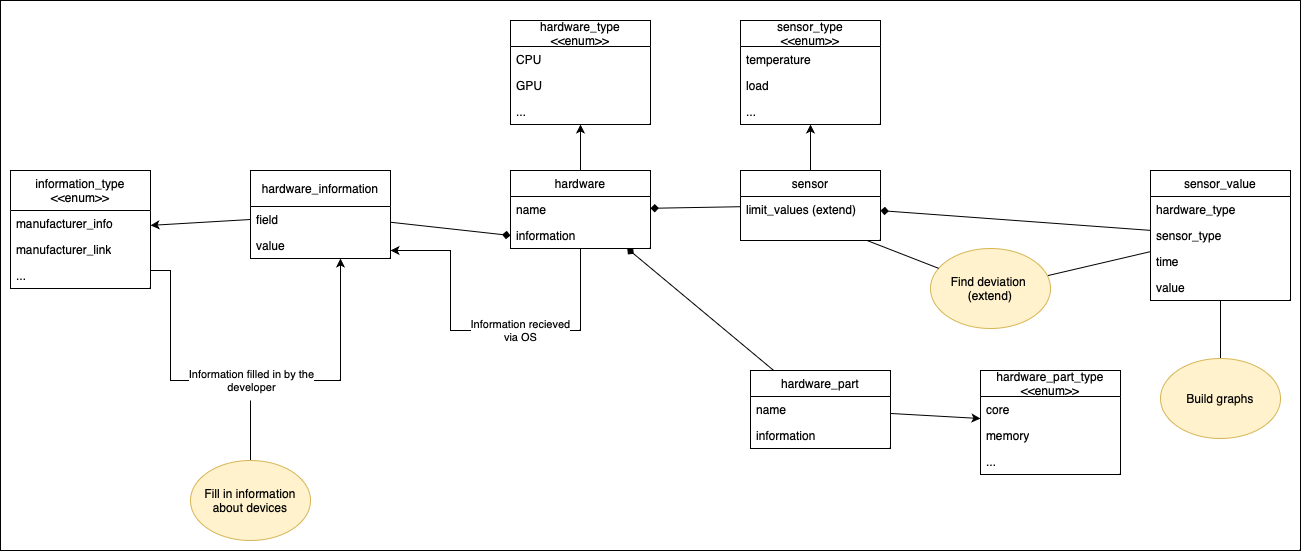
This is Диаграмма классов v2 0.png from Alekcey264/DiplomaVerevkin, a draw.io export, as it was before one commit. Source tidied: cells renumbered, new cells last; positions are measured from the earlier drawing's top-left corner, leaving out a move shared by most shapes. Source of this version:
```xml
<mxGraphModel>
  <root>
    <mxCell id="0" />
    <mxCell id="1" parent="0" />
    <mxCell id="2" style="rounded=0;whiteSpace=wrap;html=1;" parent="1" vertex="1">
      <mxGeometry width="1300" height="550" as="geometry" />
    </mxCell>
    <mxCell id="3" style="edgeStyle=orthogonalEdgeStyle;rounded=0;jettySize=auto;html=1;endArrow=classic;endFill=1;" parent="1" edge="1" source="5" target="18">
      <mxGeometry relative="1" as="geometry" />
    </mxCell>
    <mxCell id="4" style="rounded=0;jettySize=auto;html=1;startArrow=diamond;startFill=1;endArrow=none;endFill=0;" parent="1" edge="1" source="5" target="31">
      <mxGeometry relative="1" as="geometry" />
    </mxCell>
    <mxCell id="5" value="hardware" style="swimlane;fontStyle=0;horizontal=1;startSize=26;fillColor=none;whiteSpace=wrap;html=1;" parent="1" vertex="1">
      <mxGeometry x="510" y="170" width="140" height="78" as="geometry" />
    </mxCell>
    <mxCell id="6" value="name" style="text;strokeColor=none;fillColor=none;align=left;verticalAlign=top;spacingLeft=4;spacingRight=4;overflow=hidden;points=[[0,0.5],[1,0.5]];portConstraint=eastwest;whiteSpace=wrap;html=1;" parent="5" vertex="1">
      <mxGeometry y="26" width="140" height="26" as="geometry" />
    </mxCell>
    <mxCell id="7" value="information" style="text;strokeColor=none;fillColor=none;align=left;verticalAlign=top;spacingLeft=4;spacingRight=4;overflow=hidden;points=[[0,0.5],[1,0.5]];portConstraint=eastwest;whiteSpace=wrap;html=1;" parent="5" vertex="1">
      <mxGeometry y="52" width="140" height="26" as="geometry" />
    </mxCell>
    <mxCell id="8" value="hardware_information" style="swimlane;fontStyle=0;horizontal=1;startSize=36;fillColor=none;whiteSpace=wrap;html=1;" parent="1" vertex="1">
      <mxGeometry x="250" y="170" width="140" height="88" as="geometry" />
    </mxCell>
    <mxCell id="9" value="field" style="text;strokeColor=none;fillColor=none;align=left;verticalAlign=top;spacingLeft=4;spacingRight=4;overflow=hidden;points=[[0,0.5],[1,0.5]];portConstraint=eastwest;whiteSpace=wrap;html=1;" parent="8" vertex="1">
      <mxGeometry y="36" width="140" height="26" as="geometry" />
    </mxCell>
    <mxCell id="10" value="value" style="text;strokeColor=none;fillColor=none;align=left;verticalAlign=top;spacingLeft=4;spacingRight=4;overflow=hidden;whiteSpace=wrap;html=1;" parent="8" vertex="1">
      <mxGeometry y="62" width="140" height="26" as="geometry" />
    </mxCell>
    <mxCell id="11" style="rounded=0;jettySize=auto;html=1;exitX=0;exitY=0.5;exitDx=0;exitDy=0;startArrow=diamond;startFill=1;endArrow=none;endFill=0;" parent="1" edge="1" source="7" target="8">
      <mxGeometry relative="1" as="geometry" />
    </mxCell>
    <mxCell id="12" value="Information filled in by the&lt;br&gt;developer" style="edgeStyle=orthogonalEdgeStyle;rounded=0;jettySize=auto;html=1;" parent="1" edge="1" source="13" target="8">
      <mxGeometry relative="1" as="geometry">
        <Array as="points">
          <mxPoint x="170" y="270" />
          <mxPoint x="170" y="380" />
          <mxPoint x="340" y="380" />
        </Array>
      </mxGeometry>
    </mxCell>
    <mxCell id="13" value="information_type&lt;br&gt;&amp;lt;&amp;lt;enum&amp;gt;&amp;gt;" style="swimlane;fontStyle=0;horizontal=1;startSize=40;fillColor=none;whiteSpace=wrap;html=1;" parent="1" vertex="1">
      <mxGeometry x="10" y="170" width="140" height="118" as="geometry" />
    </mxCell>
    <mxCell id="14" value="manufacturer_info" style="text;strokeColor=none;fillColor=none;align=left;verticalAlign=top;spacingLeft=4;spacingRight=4;overflow=hidden;whiteSpace=wrap;html=1;" parent="13" vertex="1">
      <mxGeometry y="40" width="140" height="26" as="geometry" />
    </mxCell>
    <mxCell id="15" value="manufacturer_link" style="text;strokeColor=none;fillColor=none;align=left;verticalAlign=top;spacingLeft=4;spacingRight=4;overflow=hidden;whiteSpace=wrap;html=1;" parent="13" vertex="1">
      <mxGeometry y="66" width="140" height="26" as="geometry" />
    </mxCell>
    <mxCell id="16" value="...&lt;br&gt;" style="text;strokeColor=none;fillColor=none;align=left;verticalAlign=top;spacingLeft=4;spacingRight=4;overflow=hidden;whiteSpace=wrap;html=1;" parent="13" vertex="1">
      <mxGeometry y="92" width="140" height="26" as="geometry" />
    </mxCell>
    <mxCell id="17" style="rounded=0;jettySize=auto;html=1;exitX=0;exitY=0.5;exitDx=0;exitDy=0;endArrow=classic;endFill=1;" parent="1" edge="1" source="9" target="13">
      <mxGeometry relative="1" as="geometry" />
    </mxCell>
    <mxCell id="18" value="hardware_type&lt;br&gt;&amp;lt;&amp;lt;enum&amp;gt;&amp;gt;" style="swimlane;fontStyle=0;horizontal=1;startSize=26;fillColor=none;whiteSpace=wrap;html=1;" parent="1" vertex="1">
      <mxGeometry x="510" y="20" width="140" height="104" as="geometry" />
    </mxCell>
    <mxCell id="19" value="CPU" style="text;strokeColor=none;fillColor=none;align=left;verticalAlign=top;spacingLeft=4;spacingRight=4;overflow=hidden;whiteSpace=wrap;html=1;" parent="18" vertex="1">
      <mxGeometry y="26" width="140" height="26" as="geometry" />
    </mxCell>
    <mxCell id="20" value="GPU" style="text;strokeColor=none;fillColor=none;align=left;verticalAlign=top;spacingLeft=4;spacingRight=4;overflow=hidden;whiteSpace=wrap;html=1;" parent="18" vertex="1">
      <mxGeometry y="52" width="140" height="26" as="geometry" />
    </mxCell>
    <mxCell id="21" value="..." style="text;strokeColor=none;fillColor=none;align=left;verticalAlign=top;spacingLeft=4;spacingRight=4;overflow=hidden;whiteSpace=wrap;html=1;" parent="18" vertex="1">
      <mxGeometry y="78" width="140" height="26" as="geometry" />
    </mxCell>
    <mxCell id="22" style="edgeStyle=orthogonalEdgeStyle;rounded=0;jettySize=auto;html=1;endArrow=classic;endFill=1;" parent="1" edge="1" source="24" target="27">
      <mxGeometry relative="1" as="geometry" />
    </mxCell>
    <mxCell id="23" style="rounded=0;jettySize=auto;html=1;startArrow=diamond;startFill=1;endArrow=none;endFill=0;" parent="1" edge="1" source="24" target="39">
      <mxGeometry relative="1" as="geometry" />
    </mxCell>
    <mxCell id="24" value="sensor" style="swimlane;fontStyle=0;horizontal=1;startSize=26;fillColor=none;whiteSpace=wrap;html=1;" parent="1" vertex="1">
      <mxGeometry x="740" y="170" width="140" height="70" as="geometry" />
    </mxCell>
    <mxCell id="25" value="limit_values (extend)" style="text;strokeColor=none;fillColor=none;align=left;verticalAlign=top;spacingLeft=4;spacingRight=4;overflow=hidden;points=[[0,0.5],[1,0.5]];portConstraint=eastwest;whiteSpace=wrap;html=1;" parent="24" vertex="1">
      <mxGeometry y="26" width="140" height="44" as="geometry" />
    </mxCell>
    <mxCell id="26" style="rounded=0;jettySize=auto;html=1;startArrow=diamond;startFill=1;endArrow=none;endFill=0;" parent="1" edge="1" source="6" target="24">
      <mxGeometry relative="1" as="geometry" />
    </mxCell>
    <mxCell id="27" value="sensor_type&lt;br&gt;&amp;lt;&amp;lt;enum&amp;gt;&amp;gt;" style="swimlane;fontStyle=0;horizontal=1;startSize=26;fillColor=none;whiteSpace=wrap;html=1;" parent="1" vertex="1">
      <mxGeometry x="740" y="20" width="140" height="104" as="geometry" />
    </mxCell>
    <mxCell id="28" value="temperature" style="text;strokeColor=none;fillColor=none;align=left;verticalAlign=top;spacingLeft=4;spacingRight=4;overflow=hidden;whiteSpace=wrap;html=1;" parent="27" vertex="1">
      <mxGeometry y="26" width="140" height="26" as="geometry" />
    </mxCell>
    <mxCell id="29" value="load" style="text;strokeColor=none;fillColor=none;align=left;verticalAlign=top;spacingLeft=4;spacingRight=4;overflow=hidden;whiteSpace=wrap;html=1;" parent="27" vertex="1">
      <mxGeometry y="52" width="140" height="26" as="geometry" />
    </mxCell>
    <mxCell id="30" value="..." style="text;strokeColor=none;fillColor=none;align=left;verticalAlign=top;spacingLeft=4;spacingRight=4;overflow=hidden;whiteSpace=wrap;html=1;" parent="27" vertex="1">
      <mxGeometry y="78" width="140" height="26" as="geometry" />
    </mxCell>
    <mxCell id="31" value="hardware_part" style="swimlane;fontStyle=0;horizontal=1;startSize=26;fillColor=none;whiteSpace=wrap;html=1;" parent="1" vertex="1">
      <mxGeometry x="750" y="370" width="140" height="78" as="geometry" />
    </mxCell>
    <mxCell id="32" value="name" style="text;strokeColor=none;fillColor=none;align=left;verticalAlign=top;spacingLeft=4;spacingRight=4;overflow=hidden;points=[[0,0.5],[1,0.5]];portConstraint=eastwest;whiteSpace=wrap;html=1;" parent="31" vertex="1">
      <mxGeometry y="26" width="140" height="26" as="geometry" />
    </mxCell>
    <mxCell id="33" value="information" style="text;strokeColor=none;fillColor=none;align=left;verticalAlign=top;spacingLeft=4;spacingRight=4;overflow=hidden;whiteSpace=wrap;html=1;" parent="31" vertex="1">
      <mxGeometry y="52" width="140" height="26" as="geometry" />
    </mxCell>
    <mxCell id="34" value="hardware_part_type&lt;br&gt;&amp;lt;&amp;lt;enum&amp;gt;&amp;gt;" style="swimlane;fontStyle=0;horizontal=1;startSize=26;fillColor=none;whiteSpace=wrap;html=1;" parent="1" vertex="1">
      <mxGeometry x="980" y="370" width="140" height="104" as="geometry" />
    </mxCell>
    <mxCell id="35" value="core" style="text;strokeColor=none;fillColor=none;align=left;verticalAlign=top;spacingLeft=4;spacingRight=4;overflow=hidden;whiteSpace=wrap;html=1;" parent="34" vertex="1">
      <mxGeometry y="26" width="140" height="26" as="geometry" />
    </mxCell>
    <mxCell id="36" value="memory" style="text;strokeColor=none;fillColor=none;align=left;verticalAlign=top;spacingLeft=4;spacingRight=4;overflow=hidden;whiteSpace=wrap;html=1;" parent="34" vertex="1">
      <mxGeometry y="52" width="140" height="26" as="geometry" />
    </mxCell>
    <mxCell id="37" value="..." style="text;strokeColor=none;fillColor=none;align=left;verticalAlign=top;spacingLeft=4;spacingRight=4;overflow=hidden;whiteSpace=wrap;html=1;" parent="34" vertex="1">
      <mxGeometry y="78" width="140" height="26" as="geometry" />
    </mxCell>
    <mxCell id="38" style="rounded=0;jettySize=auto;html=1;endArrow=classic;endFill=1;" parent="1" edge="1" source="32" target="34">
      <mxGeometry relative="1" as="geometry" />
    </mxCell>
    <mxCell id="39" value="sensor_value" style="swimlane;fontStyle=0;horizontal=1;startSize=26;fillColor=none;whiteSpace=wrap;html=1;" parent="1" vertex="1">
      <mxGeometry x="1150" y="170" width="140" height="130" as="geometry" />
    </mxCell>
    <mxCell id="40" value="hardware_type" style="text;strokeColor=none;fillColor=none;align=left;verticalAlign=top;spacingLeft=4;spacingRight=4;overflow=hidden;whiteSpace=wrap;html=1;" parent="39" vertex="1">
      <mxGeometry y="26" width="140" height="26" as="geometry" />
    </mxCell>
    <mxCell id="41" value="sensor_type" style="text;strokeColor=none;fillColor=none;align=left;verticalAlign=top;spacingLeft=4;spacingRight=4;overflow=hidden;whiteSpace=wrap;html=1;" parent="39" vertex="1">
      <mxGeometry y="52" width="140" height="26" as="geometry" />
    </mxCell>
    <mxCell id="42" value="time" style="text;strokeColor=none;fillColor=none;align=left;verticalAlign=top;spacingLeft=4;spacingRight=4;overflow=hidden;whiteSpace=wrap;html=1;" parent="39" vertex="1">
      <mxGeometry y="78" width="140" height="26" as="geometry" />
    </mxCell>
    <mxCell id="43" value="value" style="text;strokeColor=none;fillColor=none;align=left;verticalAlign=top;spacingLeft=4;spacingRight=4;overflow=hidden;whiteSpace=wrap;html=1;" parent="39" vertex="1">
      <mxGeometry y="104" width="140" height="26" as="geometry" />
    </mxCell>
    <mxCell id="44" style="edgeStyle=orthogonalEdgeStyle;rounded=0;jettySize=auto;html=1;endArrow=none;endFill=0;" parent="1" edge="1" source="45" target="39">
      <mxGeometry relative="1" as="geometry" />
    </mxCell>
    <mxCell id="45" value="Build graphs" style="ellipse;whiteSpace=wrap;html=1;fillColor=#fff2cc;strokeColor=#d6b656;" parent="1" vertex="1">
      <mxGeometry x="1160" y="358" width="120" height="80" as="geometry" />
    </mxCell>
    <mxCell id="46" style="rounded=0;jettySize=auto;html=1;endArrow=none;endFill=0;" parent="1" edge="1" source="47" target="39">
      <mxGeometry relative="1" as="geometry" />
    </mxCell>
    <mxCell id="47" value="Find&amp;nbsp;deviation&amp;nbsp;&lt;br&gt;(extend)" style="ellipse;whiteSpace=wrap;html=1;fillColor=#fff2cc;strokeColor=#d6b656;" parent="1" vertex="1">
      <mxGeometry x="930" y="248" width="120" height="80" as="geometry" />
    </mxCell>
    <mxCell id="48" style="rounded=0;jettySize=auto;html=1;endArrow=none;endFill=0;" parent="1" edge="1" source="25" target="47">
      <mxGeometry relative="1" as="geometry" />
    </mxCell>
    <mxCell id="49" value="Information recieved&lt;br&gt;via OS" style="edgeStyle=orthogonalEdgeStyle;rounded=0;jettySize=auto;html=1;" parent="1" edge="1" source="7" target="8">
      <mxGeometry x="-0.19" relative="1" as="geometry">
        <Array as="points">
          <mxPoint x="580" y="330" />
          <mxPoint x="450" y="330" />
          <mxPoint x="450" y="250" />
        </Array>
      </mxGeometry>
    </mxCell>
    <mxCell id="50" style="rounded=0;jettySize=auto;html=1;endArrow=none;endFill=0;" parent="1" edge="1" source="51">
      <mxGeometry relative="1" as="geometry">
        <mxPoint x="250" y="400" as="targetPoint" />
      </mxGeometry>
    </mxCell>
    <mxCell id="51" value="Fill in information about devices" style="ellipse;whiteSpace=wrap;html=1;fillColor=#fff2cc;strokeColor=#d6b656;" parent="1" vertex="1">
      <mxGeometry x="190" y="460" width="120" height="80" as="geometry" />
    </mxCell>
  </root>
</mxGraphModel>
```
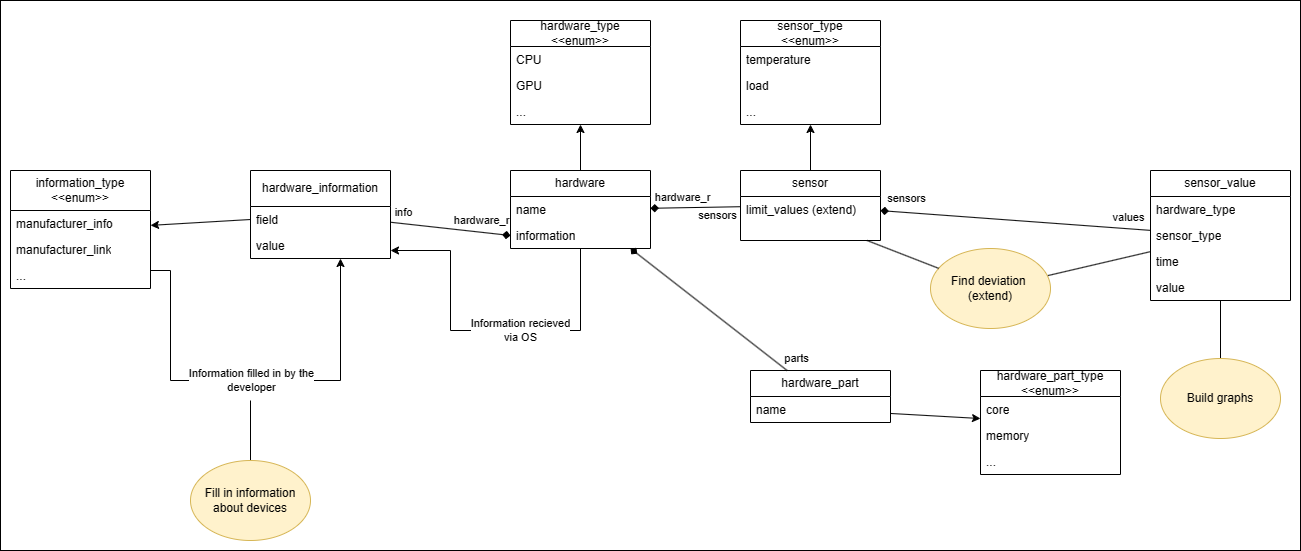
The same diagram one commit later.

What changed in the source:
```diff
@@ -11,6 +11,11 @@
     <mxCell id="4" style="rounded=0;jettySize=auto;html=1;startArrow=diamond;startFill=1;endArrow=none;endFill=0;" parent="1" edge="1" source="5" target="31">
       <mxGeometry relative="1" as="geometry" />
     </mxCell>
+    <mxCell id="52" value="parts" style="edgeLabel;html=1;align=center;verticalAlign=middle;" parent="4" vertex="1">
+      <mxGeometry x="0.51" y="3" relative="1" as="geometry">
+        <mxPoint x="45" y="20" as="offset" />
+      </mxGeometry>
+    </mxCell>
     <mxCell id="5" value="hardware" style="swimlane;fontStyle=0;horizontal=1;startSize=26;fillColor=none;whiteSpace=wrap;html=1;" parent="1" vertex="1">
       <mxGeometry x="510" y="170" width="140" height="78" as="geometry" />
     </mxCell>
@@ -32,6 +37,16 @@
     <mxCell id="11" style="rounded=0;jettySize=auto;html=1;exitX=0;exitY=0.5;exitDx=0;exitDy=0;startArrow=diamond;startFill=1;endArrow=none;endFill=0;" parent="1" edge="1" source="7" target="8">
       <mxGeometry relative="1" as="geometry" />
     </mxCell>
+    <mxCell id="53" value="hardware_r" style="edgeLabel;html=1;align=center;verticalAlign=middle;" parent="11" vertex="1">
+      <mxGeometry x="-0.13" y="-1" relative="1" as="geometry">
+        <mxPoint x="22" y="-9" as="offset" />
+      </mxGeometry>
+    </mxCell>
+    <mxCell id="54" value="info" style="edgeLabel;html=1;align=center;verticalAlign=middle;" parent="11" vertex="1">
+      <mxGeometry x="0.68" y="-1" relative="1" as="geometry">
+        <mxPoint x="-6" y="-11" as="offset" />
+      </mxGeometry>
+    </mxCell>
     <mxCell id="12" value="Information filled in by the&lt;br&gt;developer" style="edgeStyle=orthogonalEdgeStyle;rounded=0;jettySize=auto;html=1;" parent="1" edge="1" source="13" target="8">
       <mxGeometry relative="1" as="geometry">
         <Array as="points">
@@ -74,6 +89,11 @@
     <mxCell id="23" style="rounded=0;jettySize=auto;html=1;startArrow=diamond;startFill=1;endArrow=none;endFill=0;" parent="1" edge="1" source="24" target="39">
       <mxGeometry relative="1" as="geometry" />
     </mxCell>
+    <mxCell id="55" value="values" style="edgeLabel;html=1;align=center;verticalAlign=middle;" parent="23" vertex="1">
+      <mxGeometry x="-0.55" y="-1" relative="1" as="geometry">
+        <mxPoint x="188" y="1" as="offset" />
+      </mxGeometry>
+    </mxCell>
     <mxCell id="24" value="sensor" style="swimlane;fontStyle=0;horizontal=1;startSize=26;fillColor=none;whiteSpace=wrap;html=1;" parent="1" vertex="1">
       <mxGeometry x="740" y="170" width="140" height="70" as="geometry" />
     </mxCell>
@@ -83,6 +103,11 @@
     <mxCell id="26" style="rounded=0;jettySize=auto;html=1;startArrow=diamond;startFill=1;endArrow=none;endFill=0;" parent="1" edge="1" source="6" target="24">
       <mxGeometry relative="1" as="geometry" />
     </mxCell>
+    <mxCell id="56" value="sensors" style="edgeLabel;html=1;align=center;verticalAlign=middle;" parent="26" vertex="1">
+      <mxGeometry x="0.29" y="-1" relative="1" as="geometry">
+        <mxPoint x="8" y="7" as="offset" />
+      </mxGeometry>
+    </mxCell>
     <mxCell id="27" value="sensor_type&lt;br&gt;&amp;lt;&amp;lt;enum&amp;gt;&amp;gt;" style="swimlane;fontStyle=0;horizontal=1;startSize=26;fillColor=none;whiteSpace=wrap;html=1;" parent="1" vertex="1">
       <mxGeometry x="740" y="20" width="140" height="104" as="geometry" />
     </mxCell>
@@ -96,14 +121,11 @@
       <mxGeometry y="78" width="140" height="26" as="geometry" />
     </mxCell>
     <mxCell id="31" value="hardware_part" style="swimlane;fontStyle=0;horizontal=1;startSize=26;fillColor=none;whiteSpace=wrap;html=1;" parent="1" vertex="1">
-      <mxGeometry x="750" y="370" width="140" height="78" as="geometry" />
+      <mxGeometry x="750" y="370" width="140" height="52" as="geometry" />
     </mxCell>
     <mxCell id="32" value="name" style="text;strokeColor=none;fillColor=none;align=left;verticalAlign=top;spacingLeft=4;spacingRight=4;overflow=hidden;points=[[0,0.5],[1,0.5]];portConstraint=eastwest;whiteSpace=wrap;html=1;" parent="31" vertex="1">
       <mxGeometry y="26" width="140" height="26" as="geometry" />
     </mxCell>
-    <mxCell id="33" value="information" style="text;strokeColor=none;fillColor=none;align=left;verticalAlign=top;spacingLeft=4;spacingRight=4;overflow=hidden;whiteSpace=wrap;html=1;" parent="31" vertex="1">
-      <mxGeometry y="52" width="140" height="26" as="geometry" />
-    </mxCell>
     <mxCell id="34" value="hardware_part_type&lt;br&gt;&amp;lt;&amp;lt;enum&amp;gt;&amp;gt;" style="swimlane;fontStyle=0;horizontal=1;startSize=26;fillColor=none;whiteSpace=wrap;html=1;" parent="1" vertex="1">
       <mxGeometry x="980" y="370" width="140" height="104" as="geometry" />
     </mxCell>
@@ -166,5 +188,15 @@
     <mxCell id="51" value="Fill in information about devices" style="ellipse;whiteSpace=wrap;html=1;fillColor=#fff2cc;strokeColor=#d6b656;" parent="1" vertex="1">
       <mxGeometry x="190" y="460" width="120" height="80" as="geometry" />
     </mxCell>
+    <mxCell id="57" value="hardware_r" style="edgeLabel;html=1;align=center;verticalAlign=middle;" parent="1" vertex="1">
+      <mxGeometry x="680" y="194" as="geometry">
+        <mxPoint x="1" y="2" as="offset" />
+      </mxGeometry>
+    </mxCell>
+    <mxCell id="58" value="sensors" style="edgeLabel;html=1;align=center;verticalAlign=middle;" parent="1" vertex="1">
+      <mxGeometry x="735" y="222" as="geometry">
+        <mxPoint x="171" y="-25" as="offset" />
+      </mxGeometry>
+    </mxCell>
   </root>
 </mxGraphModel>
```
